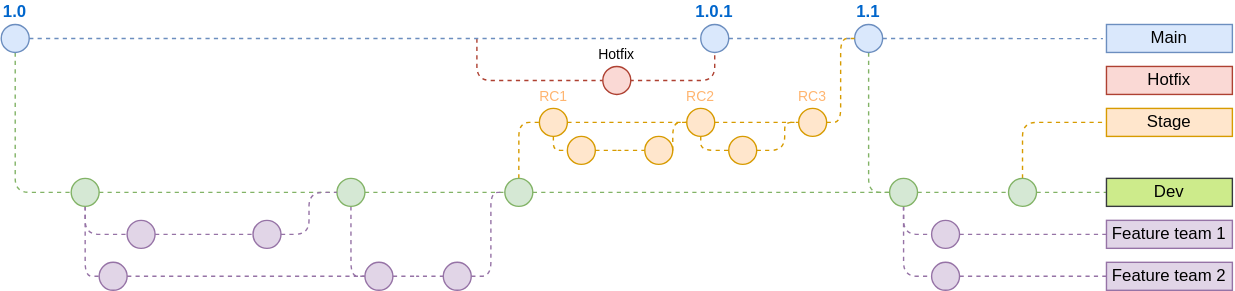
Earlier version of the draw.io export public/gitflow.svg (MarlonWiss2212/vue-directives). Source tidied: cells renumbered, new cells last; positions are measured from the earlier drawing's top-left corner, leaving out a move shared by most shapes.
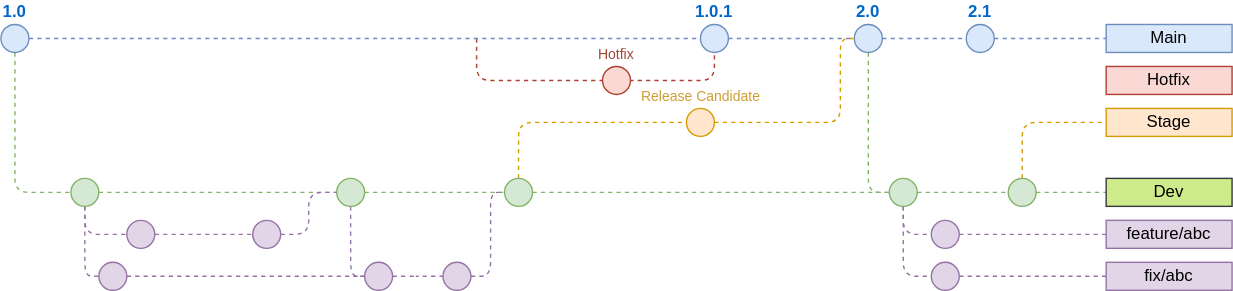
The same diagram one commit later.

Change to the diagram source:
```diff
@@ -2,6 +2,9 @@
   <root>
     <mxCell id="0" />
     <mxCell id="1" parent="0" />
+    <mxCell id="64" style="endArrow=none;dashed=1;html=1;fillColor=#dae8fc;strokeColor=#6c8ebf;" parent="1" edge="1" source="65" target="4">
+      <mxGeometry relative="1" as="geometry" />
+    </mxCell>
     <mxCell id="2" style="edgeStyle=orthogonalEdgeStyle;rounded=1;jettySize=auto;html=1;dashed=1;endArrow=none;endFill=0;fillColor=#d5e8d4;strokeColor=#82b366;" parent="1" edge="1" source="3" target="8">
       <mxGeometry relative="1" as="geometry">
         <Array as="points">
@@ -15,7 +18,10 @@
     <mxCell id="4" value="Main" style="text;html=1;strokeColor=#6c8ebf;fillColor=#dae8fc;align=center;verticalAlign=middle;whiteSpace=wrap;rounded=0;" parent="1" vertex="1">
       <mxGeometry x="790" width="90" height="20" as="geometry" />
     </mxCell>
+    <mxCell id="65" value="2.1" style="ellipse;whiteSpace=wrap;html=1;fillColor=#dae8fc;strokeColor=#6c8ebf;fontStyle=1;labelPosition=center;verticalLabelPosition=top;align=center;verticalAlign=bottom;fontColor=#0066CC;" parent="1" vertex="1">
+      <mxGeometry x="690" width="20" height="20" as="geometry" />
+    </mxCell>
-    <mxCell id="5" style="endArrow=none;dashed=1;html=1;fillColor=#dae8fc;strokeColor=#6c8ebf;entryX=-0.028;entryY=0.506;entryDx=0;entryDy=0;entryPerimeter=0;" parent="1" edge="1" source="16" target="4">
+    <mxCell id="5" style="endArrow=none;dashed=1;html=1;fillColor=#dae8fc;strokeColor=#6c8ebf;" parent="1" edge="1" source="16" target="65">
       <mxGeometry relative="1" as="geometry" />
     </mxCell>
     <mxCell id="6" style="edgeStyle=orthogonalEdgeStyle;rounded=1;jettySize=auto;html=1;dashed=1;endArrow=none;endFill=0;fontSize=10;fontColor=#FFB570;fillColor=#e1d5e7;strokeColor=#9673a6;" parent="1" edge="1" source="8" target="51">
@@ -70,13 +76,13 @@
         </Array>
       </mxGeometry>
     </mxCell>
-    <mxCell id="16" value="1.1" style="ellipse;whiteSpace=wrap;html=1;fillColor=#dae8fc;strokeColor=#6c8ebf;fontStyle=1;labelPosition=center;verticalLabelPosition=top;align=center;verticalAlign=bottom;fontColor=#0066CC;" parent="1" vertex="1">
+    <mxCell id="16" value="2.0" style="ellipse;whiteSpace=wrap;html=1;fillColor=#dae8fc;strokeColor=#6c8ebf;fontStyle=1;labelPosition=center;verticalLabelPosition=top;align=center;verticalAlign=bottom;fontColor=#0066CC;" parent="1" vertex="1">
       <mxGeometry x="610" width="20" height="20" as="geometry" />
     </mxCell>
     <mxCell id="17" style="endArrow=none;dashed=1;html=1;fillColor=#dae8fc;strokeColor=#6c8ebf;" parent="1" edge="1" source="60" target="16">
       <mxGeometry relative="1" as="geometry" />
     </mxCell>
-    <mxCell id="18" style="edgeStyle=orthogonalEdgeStyle;rounded=1;jettySize=auto;html=1;dashed=1;endArrow=none;endFill=0;fontSize=10;fontColor=#FFB570;fillColor=#ffe6cc;strokeColor=#d79b00;" parent="1" edge="1" source="53" target="16">
+    <mxCell id="18" style="edgeStyle=orthogonalEdgeStyle;rounded=1;jettySize=auto;html=1;dashed=1;endArrow=none;endFill=0;fontSize=10;fontColor=#FFB570;fillColor=#ffe6cc;strokeColor=#d79b00;exitX=1;exitY=0.5;exitDx=0;exitDy=0;" parent="1" edge="1" source="22" target="16">
       <mxGeometry relative="1" as="geometry">
         <Array as="points">
           <mxPoint x="600" y="70" />
@@ -84,21 +90,8 @@
         </Array>
       </mxGeometry>
     </mxCell>
-    <mxCell id="19" style="edgeStyle=orthogonalEdgeStyle;rounded=1;jettySize=auto;html=1;dashed=1;endArrow=none;endFill=0;fontSize=12;fontColor=#FFB570;entryX=0;entryY=0.5;entryDx=0;entryDy=0;fillColor=#ffe6cc;strokeColor=#d79b00;" parent="1" edge="1" source="20" target="46">
-      <mxGeometry relative="1" as="geometry">
-        <Array as="points">
-          <mxPoint x="500" y="90" />
-        </Array>
-      </mxGeometry>
-    </mxCell>
-    <mxCell id="20" value="RC2" style="ellipse;whiteSpace=wrap;html=1;fontSize=10;labelPosition=center;verticalLabelPosition=top;align=center;verticalAlign=bottom;fillColor=#ffe6cc;strokeColor=#d79b00;fontColor=#FFB570;" parent="1" vertex="1">
-      <mxGeometry x="490" y="60" width="20" height="20" as="geometry" />
-    </mxCell>
-    <mxCell id="21" style="edgeStyle=orthogonalEdgeStyle;rounded=1;jettySize=auto;html=1;dashed=1;endArrow=none;endFill=0;fontSize=10;fontColor=#FFB570;fillColor=#ffe6cc;strokeColor=#d79b00;" parent="1" edge="1" source="22" target="20">
-      <mxGeometry relative="1" as="geometry" />
-    </mxCell>
-    <mxCell id="22" value="RC1" style="ellipse;whiteSpace=wrap;html=1;fontSize=10;labelPosition=center;verticalLabelPosition=top;align=center;verticalAlign=bottom;fillColor=#ffe6cc;strokeColor=#d79b00;fontColor=#FFB570;" parent="1" vertex="1">
-      <mxGeometry x="384.7" y="60" width="20" height="20" as="geometry" />
+    <mxCell id="22" value="&lt;div&gt;&lt;span style=&quot;color: light-dark(rgb(206, 158, 52), rgb(237, 237, 237));&quot;&gt;Release Candidate&lt;/span&gt;&lt;/div&gt;" style="ellipse;html=1;fontSize=10;labelPosition=center;verticalLabelPosition=top;align=center;verticalAlign=bottom;fillColor=#ffe6cc;strokeColor=#d79b00;fontColor=#FFB570;" parent="1" vertex="1">
+      <mxGeometry x="490" y="60" width="20" height="20" as="geometry" />
     </mxCell>
     <mxCell id="23" value="Stage" style="text;html=1;strokeColor=#d79b00;fillColor=#ffe6cc;align=center;verticalAlign=middle;whiteSpace=wrap;rounded=0;fontSize=12;" parent="1" vertex="1">
       <mxGeometry x="790" y="60" width="90" height="20" as="geometry" />
@@ -140,36 +133,12 @@
     <mxCell id="32" style="edgeStyle=orthogonalEdgeStyle;rounded=1;jettySize=auto;html=1;dashed=1;endArrow=none;endFill=0;fillColor=#d5e8d4;strokeColor=#82b366;" parent="1" edge="1" source="13" target="42">
       <mxGeometry relative="1" as="geometry" />
     </mxCell>
-    <mxCell id="33" value="Feature team 1" style="text;html=1;strokeColor=#9673a6;fillColor=#e1d5e7;align=center;verticalAlign=middle;whiteSpace=wrap;rounded=0;" parent="1" vertex="1">
+    <mxCell id="33" value="feature/abc" style="text;html=1;strokeColor=#9673a6;fillColor=#e1d5e7;align=center;verticalAlign=middle;whiteSpace=wrap;rounded=0;" parent="1" vertex="1">
       <mxGeometry x="790" y="140" width="90" height="20" as="geometry" />
     </mxCell>
-    <mxCell id="34" value="Feature team 2" style="text;html=1;strokeColor=#9673a6;fillColor=#e1d5e7;align=center;verticalAlign=middle;whiteSpace=wrap;rounded=0;" parent="1" vertex="1">
+    <mxCell id="34" value="fix/abc" style="text;html=1;strokeColor=#9673a6;fillColor=#e1d5e7;align=center;verticalAlign=middle;whiteSpace=wrap;rounded=0;" parent="1" vertex="1">
       <mxGeometry x="790" y="170" width="90" height="20" as="geometry" />
     </mxCell>
-    <mxCell id="35" style="edgeStyle=orthogonalEdgeStyle;rounded=1;jettySize=auto;html=1;dashed=1;endArrow=none;endFill=0;fontSize=12;fontColor=#FFB570;fillColor=#ffe6cc;strokeColor=#d79b00;" parent="1" edge="1" source="36" target="38">
-      <mxGeometry relative="1" as="geometry" />
-    </mxCell>
-    <mxCell id="36" style="ellipse;whiteSpace=wrap;html=1;fontSize=10;fillColor=#ffe6cc;strokeColor=#d79b00;" parent="1" vertex="1">
-      <mxGeometry x="404.7" y="80" width="20" height="20" as="geometry" />
-    </mxCell>
-    <mxCell id="37" style="edgeStyle=orthogonalEdgeStyle;rounded=1;jettySize=auto;html=1;dashed=1;endArrow=none;endFill=0;fontSize=12;fontColor=#FFB570;fillColor=#ffe6cc;strokeColor=#d79b00;entryX=0;entryY=0.5;entryDx=0;entryDy=0;" parent="1" edge="1" source="38" target="20">
-      <mxGeometry relative="1" as="geometry">
-        <Array as="points">
-          <mxPoint x="480" y="90" />
-          <mxPoint x="480" y="70" />
-        </Array>
-      </mxGeometry>
-    </mxCell>
-    <mxCell id="38" style="ellipse;whiteSpace=wrap;html=1;fontSize=10;fillColor=#ffe6cc;strokeColor=#d79b00;" parent="1" vertex="1">
-      <mxGeometry x="460" y="80" width="20" height="20" as="geometry" />
-    </mxCell>
-    <mxCell id="39" style="edgeStyle=orthogonalEdgeStyle;rounded=1;jettySize=auto;html=1;dashed=1;endArrow=none;endFill=0;fontSize=12;fontColor=#FFB570;fillColor=#ffe6cc;strokeColor=#d79b00;" parent="1" edge="1" source="22" target="36">
-      <mxGeometry relative="1" as="geometry">
-        <Array as="points">
-          <mxPoint x="395" y="90" />
-        </Array>
-      </mxGeometry>
-    </mxCell>
     <mxCell id="40" style="edgeStyle=orthogonalEdgeStyle;rounded=1;jettySize=auto;html=1;dashed=1;endArrow=none;endFill=0;fontSize=12;fontColor=#FFB570;fillColor=#e1d5e7;strokeColor=#9673a6;" parent="1" edge="1" source="42" target="48">
       <mxGeometry relative="1" as="geometry">
         <Array as="points">
@@ -193,12 +162,6 @@
     <mxCell id="44" style="edgeStyle=orthogonalEdgeStyle;rounded=1;jettySize=auto;html=1;dashed=1;endArrow=none;endFill=0;fillColor=#d5e8d4;strokeColor=#82b366;entryX=0;entryY=0.5;entryDx=0;entryDy=0;" parent="1" edge="1" source="63" target="54">
       <mxGeometry relative="1" as="geometry" />
     </mxCell>
-    <mxCell id="45" style="edgeStyle=orthogonalEdgeStyle;rounded=1;jettySize=auto;html=1;entryX=0;entryY=0.5;entryDx=0;entryDy=0;dashed=1;endArrow=none;endFill=0;fontSize=12;fontColor=#FFB570;fillColor=#ffe6cc;strokeColor=#d79b00;" parent="1" edge="1" source="46" target="53">
-      <mxGeometry relative="1" as="geometry" />
-    </mxCell>
-    <mxCell id="46" style="ellipse;whiteSpace=wrap;html=1;fontSize=10;fillColor=#ffe6cc;strokeColor=#d79b00;" parent="1" vertex="1">
-      <mxGeometry x="520" y="80" width="20" height="20" as="geometry" />
-    </mxCell>
     <mxCell id="47" style="edgeStyle=orthogonalEdgeStyle;rounded=1;jettySize=auto;html=1;dashed=1;endArrow=none;endFill=0;fontSize=12;fontColor=#FFB570;fillColor=#e1d5e7;strokeColor=#9673a6;" parent="1" edge="1" source="48" target="33">
       <mxGeometry relative="1" as="geometry" />
     </mxCell>
@@ -214,13 +177,7 @@
     <mxCell id="51" style="ellipse;whiteSpace=wrap;html=1;fontSize=10;fillColor=#e1d5e7;strokeColor=#9673a6;" parent="1" vertex="1">
       <mxGeometry x="90" y="140" width="20" height="20" as="geometry" />
     </mxCell>
-    <mxCell id="52" style="edgeStyle=orthogonalEdgeStyle;rounded=1;jettySize=auto;html=1;dashed=1;endArrow=none;endFill=0;fontSize=10;fontColor=#FFB570;fillColor=#ffe6cc;strokeColor=#d79b00;" parent="1" edge="1" source="20" target="53">
-      <mxGeometry relative="1" as="geometry" />
-    </mxCell>
-    <mxCell id="53" value="RC3" style="ellipse;whiteSpace=wrap;html=1;fontSize=10;fillColor=#ffe6cc;strokeColor=#d79b00;labelPosition=center;verticalLabelPosition=top;align=center;verticalAlign=bottom;fontColor=#FFB570;" parent="1" vertex="1">
-      <mxGeometry x="570" y="60" width="20" height="20" as="geometry" />
-    </mxCell>
-    <mxCell id="54" value="Dev" style="text;html=1;strokeColor=#36393d;fillColor=#cdeb8b;align=center;verticalAlign=middle;whiteSpace=wrap;rounded=0;fontSize=12;" parent="1" vertex="1">
+    <mxCell id="54" value="Dev" style="text;html=1;strokeColor=light-dark(#36393d, #4e6d34);fillColor=#cdeb8b;align=center;verticalAlign=middle;whiteSpace=wrap;rounded=0;fontSize=12;" parent="1" vertex="1">
       <mxGeometry x="790" y="110" width="90" height="20" as="geometry" />
     </mxCell>
     <mxCell id="55" value="Hotfix" style="text;html=1;strokeColor=#ae4132;fillColor=#fad9d5;align=center;verticalAlign=middle;whiteSpace=wrap;rounded=0;fontSize=12;" parent="1" vertex="1">
@@ -235,7 +192,7 @@
         </Array>
       </mxGeometry>
     </mxCell>
-    <mxCell id="57" value="Hotfix" style="ellipse;whiteSpace=wrap;html=1;fontSize=10;labelPosition=center;verticalLabelPosition=top;align=center;verticalAlign=bottom;fillColor=#fad9d5;strokeColor=#ae4132;fontColor=light-dark(#000000,#EA6B66);" parent="1" vertex="1">
+    <mxCell id="57" value="&lt;span style=&quot;color: light-dark(rgb(161, 72, 55), rgb(237, 237, 237));&quot;&gt;Hotfix&lt;/span&gt;" style="ellipse;whiteSpace=wrap;html=1;fontSize=10;labelPosition=center;verticalLabelPosition=top;align=center;verticalAlign=bottom;fillColor=#fad9d5;strokeColor=#ae4132;fontColor=light-dark(#000000,#EA6B66);" parent="1" vertex="1">
       <mxGeometry x="430" y="30" width="20" height="20" as="geometry" />
     </mxCell>
     <mxCell id="58" style="edgeStyle=orthogonalEdgeStyle;rounded=1;jettySize=auto;html=1;dashed=1;endArrow=none;endFill=0;fontSize=12;fontColor=#FFB570;fillColor=#fad9d5;strokeColor=#ae4132;entryX=1;entryY=0.5;entryDx=0;entryDy=0;" parent="1" edge="1" target="57">
```
